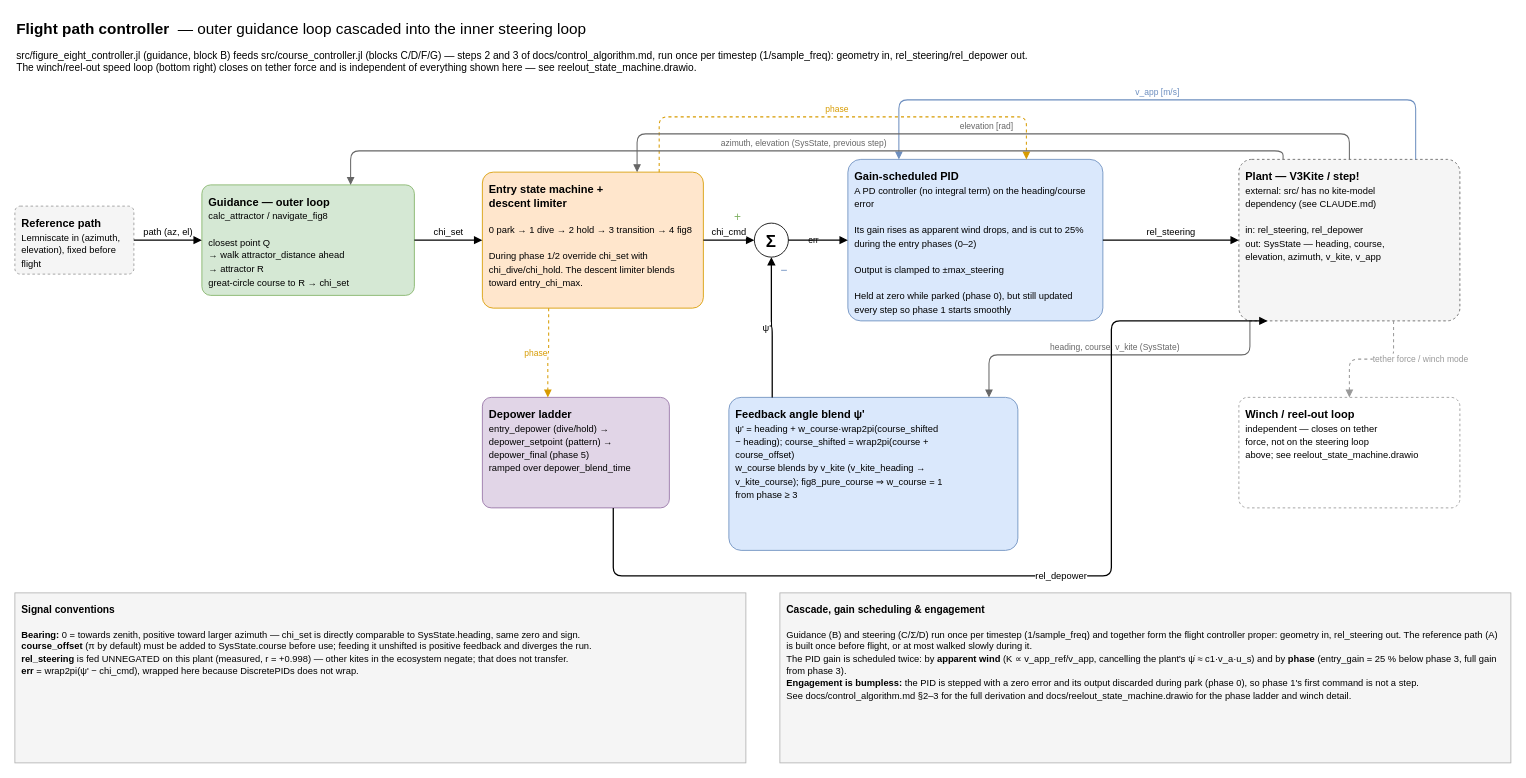
Above: docs/flight_path_controller.drawio in OpenSourceAWE/SimpleKiteControllers.jl (draw.io), before the change. Source tidied: cells renumbered, new cells numbered last; positions are measured from the earlier drawing's top-left corner, leaving out a move shared by most shapes. Both pictures are drawn from the tidied source at 85%, with x=0, y=0 at pixel (14, 14).
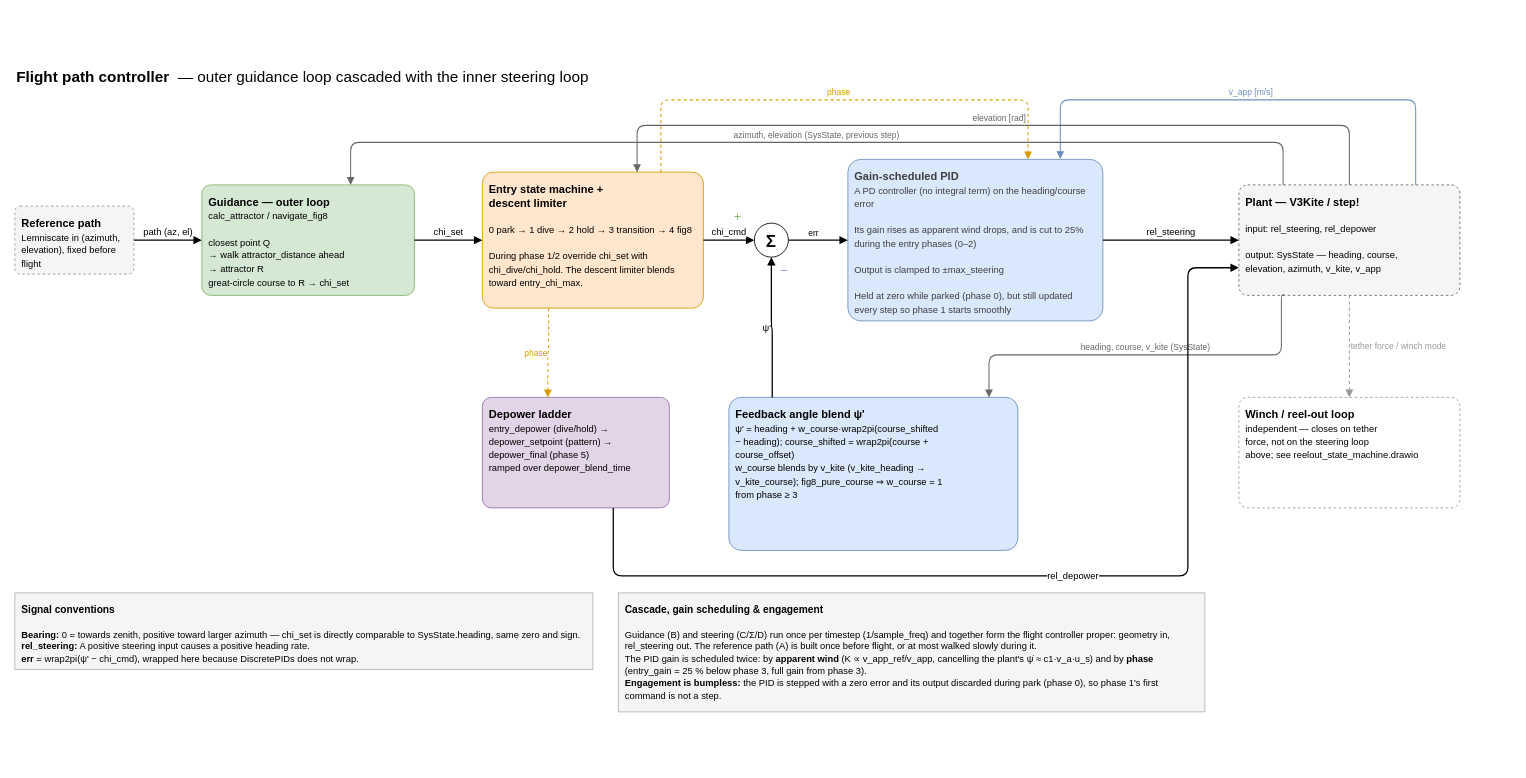
Above is the later version.

Commit message (it also covers changes not shown here):
Deleted old version of diagram, added new version

Unchanged cells that the change refers to:
```xml
<mxCell id="5" value="&lt;b&gt;Guidance — outer loop&lt;/b&gt;&lt;br&gt;&lt;font style=&quot;font-size:11px&quot;&gt;calc_attractor / navigate_fig8&lt;br&gt;&lt;br&gt;closest point Q &lt;br&gt;→&amp;nbsp;walk attractor_distance ahead &lt;br&gt;→ attractor R&lt;br&gt;great-circle course to R → chi_set&lt;/font&gt;" style="rounded=1;arcSize=8;whiteSpace=wrap;html=1;fillColor=#d5e8d4;strokeColor=#82b366;fontSize=13;verticalAlign=top;align=left;spacing=8;" parent="1" vertex="1">
  <mxGeometry x="220" y="200" width="250" height="130" as="geometry" />
</mxCell>
<mxCell id="6" value="&lt;b&gt;Entry state machine +&lt;br&gt;descent limiter&lt;/b&gt;&lt;font style=&quot;font-size:11px&quot;&gt;&lt;br&gt;&lt;br&gt;0 park → 1 dive → 2 hold → 3 transition → 4 fig8&lt;/font&gt;&lt;div&gt;&lt;font style=&quot;font-size:11px&quot;&gt;&lt;br&gt;During phase 1/2 override chi_set with chi_dive/chi_hold. The descent limiter blends toward entry_chi_max.&lt;/font&gt;&lt;/div&gt;" style="rounded=1;arcSize=8;whiteSpace=wrap;html=1;fillColor=#ffe6cc;strokeColor=#d79b00;fontSize=13;verticalAlign=top;align=left;spacing=8;" parent="1" vertex="1">
  <mxGeometry x="550" y="185" width="260" height="160" as="geometry" />
</mxCell>
<mxCell id="13" value="&lt;b&gt;Depower ladder&lt;/b&gt;&lt;br&gt;&lt;font style=&quot;font-size:11px&quot;&gt;entry_depower (dive/hold) →&lt;br&gt;depower_setpoint (pattern) →&lt;br&gt;depower_final (phase 5)&lt;br&gt;ramped over depower_blend_time&lt;/font&gt;" style="rounded=1;arcSize=8;whiteSpace=wrap;html=1;fillColor=#e1d5e7;strokeColor=#9673a6;fontSize=13;verticalAlign=top;align=left;spacing=8;" parent="1" vertex="1">
  <mxGeometry x="550" y="450" width="220" height="130" as="geometry" />
</mxCell>
<mxCell id="14" value="&lt;b&gt;Feedback angle blend ψ'&lt;/b&gt;&lt;br&gt;&lt;font style=&quot;font-size:11px&quot;&gt;ψ' = heading + w_course·wrap2pi(course_shifted&lt;br&gt;− heading); course_shifted = wrap2pi(course +&lt;br&gt;course_offset)&lt;br&gt;w_course blends by v_kite (v_kite_heading →&lt;br&gt;v_kite_course); fig8_pure_course ⇒ w_course = 1&lt;br&gt;from phase ≥ 3&lt;/font&gt;" style="rounded=1;arcSize=8;whiteSpace=wrap;html=1;fillColor=#dae8fc;strokeColor=#6c8ebf;fontSize=13;verticalAlign=top;align=left;spacing=8;" parent="1" vertex="1">
  <mxGeometry x="840" y="450" width="340" height="180" as="geometry" />
</mxCell>
<mxCell id="15" value="&lt;b&gt;Winch / reel-out loop&lt;/b&gt;&lt;br&gt;&lt;font style=&quot;font-size:11px&quot;&gt;independent — closes on tether&lt;br&gt;force, not on the steering loop&lt;br&gt;above; see reelout_state_machine.drawio&lt;/font&gt;" style="rounded=1;arcSize=8;whiteSpace=wrap;html=1;fillColor=#ffffff;strokeColor=#999999;dashed=1;fontSize=13;verticalAlign=top;align=left;spacing=8;" parent="1" vertex="1">
  <mxGeometry x="1440" y="450" width="260" height="130" as="geometry" />
</mxCell>
```

What changed in the source:
```diff
@@
-    <mxCell id="2" value="&lt;b&gt;Flight path controller&lt;/b&gt;&amp;nbsp;&amp;nbsp;— outer guidance loop cascaded into the inner steering loop" style="text;html=1;align=left;verticalAlign=top;whiteSpace=wrap;fontSize=18;" parent="1" vertex="1">
-      <mxGeometry width="1400" height="30" as="geometry" />
+    <mxCell id="2" value="&lt;b&gt;Flight path controller&lt;/b&gt;&amp;nbsp;&amp;nbsp;— outer guidance loop cascaded with the inner steering loop" style="text;html=1;align=left;verticalAlign=top;whiteSpace=wrap;fontSize=18;" parent="1" vertex="1">
+      <mxGeometry y="56" width="1400" height="30" as="geometry" />
     </mxCell>
-    <mxCell id="3" value="&lt;font style=&quot;font-size:12px&quot;&gt;src/figure_eight_controller.jl (guidance, block B) feeds src/course_controller.jl (blocks C/D/F/G) — steps 2 and 3 of docs/control_algorithm.md, run once per timestep (1/sample_freq): geometry in, rel_steering/rel_depower out.&lt;br&gt;The winch/reel-out speed loop (bottom right) closes on tether force and is independent of everything shown here — see reelout_state_machine.drawio.&lt;/font&gt;" style="text;html=1;align=left;verticalAlign=top;whiteSpace=wrap;" parent="1" vertex="1">
-      <mxGeometry y="34" width="1700" height="42" as="geometry" />
-    </mxCell>
@@
     <mxCell id="10" value="&lt;font style=&quot;font-size:10px&quot;&gt;err&lt;/font&gt;" style="text;html=1;align=center;verticalAlign=middle;whiteSpace=wrap;" parent="1" vertex="1">
-      <mxGeometry x="918" y="250" width="44" height="30" as="geometry" />
+      <mxGeometry x="918" y="242" width="44" height="30" as="geometry" />
     </mxCell>
-    <mxCell id="11" value="&lt;b&gt;Gain-scheduled PID&lt;/b&gt;&lt;br&gt;&lt;font style=&quot;font-size:11px&quot;&gt;A PD controller (no integral term) on the heading/course error&lt;br&gt;&lt;br&gt;Its gain rises as apparent wind drops, and is cut to 25% during the entry phases (0–2)&lt;br&gt;&lt;br&gt;Output is clamped to ±max_steering&lt;br&gt;&lt;br&gt;Held at zero while parked (phase 0), but still updated every step so phase 1 starts smoothly&lt;/font&gt;" style="rounded=1;arcSize=8;whiteSpace=wrap;html=1;fillColor=#dae8fc;strokeColor=#6c8ebf;fontSize=13;verticalAlign=top;align=left;spacing=8;" parent="1" vertex="1">
+    <mxCell id="11" value="&lt;b style=&quot;color: rgb(63, 63, 63); scrollbar-color: rgb(226, 226, 226) rgb(251, 251, 251);&quot;&gt;Gain-scheduled PID&lt;/b&gt;&lt;br style=&quot;color: rgb(63, 63, 63); scrollbar-color: rgb(226, 226, 226) rgb(251, 251, 251);&quot;&gt;&lt;font style=&quot;color: rgb(63, 63, 63); scrollbar-color: rgb(226, 226, 226) rgb(251, 251, 251); font-size: 11px;&quot;&gt;A PD controller (no integral term) on the heading/course error&lt;br style=&quot;scrollbar-color: rgb(226, 226, 226) rgb(251, 251, 251);&quot;&gt;&lt;br style=&quot;scrollbar-color: rgb(226, 226, 226) rgb(251, 251, 251);&quot;&gt;Its gain rises as apparent wind drops, and is cut to 25% during the entry phases (0–2)&lt;br style=&quot;scrollbar-color: rgb(226, 226, 226) rgb(251, 251, 251);&quot;&gt;&lt;br style=&quot;scrollbar-color: rgb(226, 226, 226) rgb(251, 251, 251);&quot;&gt;Output is clamped to ±max_steering&lt;br style=&quot;scrollbar-color: rgb(226, 226, 226) rgb(251, 251, 251);&quot;&gt;&lt;br style=&quot;scrollbar-color: rgb(226, 226, 226) rgb(251, 251, 251);&quot;&gt;Held at zero while parked (phase 0), but still updated every step so phase 1 starts smoothly&lt;/font&gt;" style="rounded=1;arcSize=8;whiteSpace=wrap;html=1;fillColor=#dae8fc;strokeColor=#6c8ebf;fontSize=13;verticalAlign=top;align=left;spacing=8;" parent="1" vertex="1">
       <mxGeometry x="980" y="170" width="300" height="190" as="geometry" />
     </mxCell>
-    <mxCell id="12" value="&lt;b&gt;Plant — V3Kite / step!&lt;/b&gt;&lt;br&gt;&lt;font style=&quot;font-size:11px&quot;&gt;external: src/ has no kite-model&lt;br&gt;dependency (see CLAUDE.md)&lt;br&gt;&lt;br&gt;in: rel_steering, rel_depower&lt;br&gt;out: SysState — heading, course,&lt;br&gt;elevation, azimuth, v_kite, v_app&lt;/font&gt;" style="rounded=1;arcSize=8;whiteSpace=wrap;html=1;fillColor=#f5f5f5;strokeColor=#666666;dashed=1;fontSize=13;verticalAlign=top;align=left;spacing=8;" parent="1" vertex="1">
-      <mxGeometry x="1440" y="170" width="260" height="190" as="geometry" />
+    <mxCell id="12" value="&lt;b&gt;Plant — V3Kite / step!&lt;/b&gt;&lt;font style=&quot;font-size:11px&quot;&gt;&lt;br&gt;&lt;br&gt;input: rel_steering, rel_depower&lt;/font&gt;&lt;div&gt;&lt;font style=&quot;font-size:11px&quot;&gt;&lt;br&gt;output: SysState — heading, course,&lt;br&gt;elevation, azimuth, v_kite, v_app&lt;/font&gt;&lt;/div&gt;" style="rounded=1;arcSize=8;whiteSpace=wrap;html=1;fillColor=#f5f5f5;strokeColor=#666666;dashed=1;fontSize=13;verticalAlign=top;align=left;spacing=8;" parent="1" vertex="1">
+      <mxGeometry x="1440" y="200" width="260" height="130" as="geometry" />
     </mxCell>
@@
-    <mxCell id="21" value="&lt;font style=&quot;font-size:10px&quot;&gt;v_app [m/s]&lt;/font&gt;" style="edgeStyle=orthogonalEdgeStyle;rounded=1;html=1;endArrow=block;endFill=1;strokeWidth=1.2;strokeColor=#6c8ebf;fontColor=#6c8ebf;exitX=0.8;exitY=0;exitDx=0;exitDy=0;entryX=0.2;entryY=0;entryDx=0;entryDy=0;align=center;verticalAlign=bottom;labelBackgroundColor=#ffffff;" parent="1" edge="1" source="12" target="11">
+    <mxCell id="21" value="&lt;font style=&quot;font-size:10px&quot;&gt;v_app [m/s]&lt;/font&gt;" style="edgeStyle=orthogonalEdgeStyle;rounded=1;html=1;endArrow=block;endFill=1;strokeWidth=1.2;strokeColor=#6c8ebf;fontColor=#6c8ebf;exitX=0.8;exitY=0;exitDx=0;exitDy=0;entryX=0.833;entryY=-0.002;entryDx=0;entryDy=0;align=center;verticalAlign=bottom;labelBackgroundColor=#ffffff;entryPerimeter=0;" parent="1" edge="1" source="12" target="11">
       <mxGeometry relative="1" as="geometry">
         <Array as="points">
           <mxPoint x="1648" y="100" />
-          <mxPoint x="1040" y="100" />
+          <mxPoint x="1230" y="100" />
         </Array>
       </mxGeometry>
     </mxCell>
-    <mxCell id="22" value="&lt;font style=&quot;font-size:10px&quot;&gt;phase&lt;/font&gt;" style="edgeStyle=orthogonalEdgeStyle;rounded=1;html=1;endArrow=block;endFill=1;strokeWidth=1.2;dashed=1;strokeColor=#d79b00;fontColor=#d79b00;exitX=0.8;exitY=0;exitDx=0;exitDy=0;entryX=0.7;entryY=0;entryDx=0;entryDy=0;align=center;verticalAlign=bottom;labelBackgroundColor=#ffffff;" parent="1" edge="1" source="6" target="11">
+    <mxCell id="22" value="&lt;font style=&quot;font-size:10px&quot;&gt;phase&lt;/font&gt;" style="edgeStyle=orthogonalEdgeStyle;rounded=1;html=1;endArrow=block;endFill=1;strokeWidth=1.2;dashed=1;strokeColor=#d79b00;fontColor=#d79b00;exitX=0.8;exitY=0;exitDx=0;exitDy=0;entryX=0.7;entryY=0;entryDx=0;entryDy=0;align=center;verticalAlign=bottom;labelBackgroundColor=#ffffff;" parent="1" edge="1">
       <mxGeometry relative="1" as="geometry">
+        <mxPoint x="760" y="185" as="sourcePoint" />
+        <mxPoint x="1192" y="170" as="targetPoint" />
         <Array as="points">
-          <mxPoint x="758" y="120" />
-          <mxPoint x="1190" y="120" />
+          <mxPoint x="760" y="100" />
+          <mxPoint x="1192" y="100" />
         </Array>
       </mxGeometry>
     </mxCell>
     <mxCell id="23" value="&lt;font style=&quot;font-size:10px&quot;&gt;elevation [rad]&lt;/font&gt;" style="edgeStyle=orthogonalEdgeStyle;rounded=1;html=1;endArrow=block;endFill=1;strokeWidth=1.2;strokeColor=#666666;fontColor=#666666;exitX=0.5;exitY=0;exitDx=0;exitDy=0;entryX=0.7;entryY=0;entryDx=0;entryDy=0;align=center;verticalAlign=bottom;labelBackgroundColor=#ffffff;" parent="1" edge="1" source="12" target="6">
       <mxGeometry relative="1" as="geometry">
         <Array as="points">
-          <mxPoint x="1570" y="140" />
-          <mxPoint x="732" y="140" />
+          <mxPoint x="1570" y="130" />
+          <mxPoint x="732" y="130" />
         </Array>
       </mxGeometry>
     </mxCell>
     <mxCell id="24" value="&lt;font style=&quot;font-size:10px&quot;&gt;azimuth, elevation (SysState, previous step)&lt;/font&gt;" style="edgeStyle=orthogonalEdgeStyle;rounded=1;html=1;endArrow=block;endFill=1;strokeWidth=1.2;strokeColor=#666666;fontColor=#666666;exitX=0.2;exitY=0;exitDx=0;exitDy=0;entryX=0.7;entryY=0;entryDx=0;entryDy=0;align=center;verticalAlign=bottom;labelBackgroundColor=#ffffff;" parent="1" edge="1" source="12" target="5">
       <mxGeometry relative="1" as="geometry">
         <Array as="points">
-          <mxPoint x="1492" y="160" />
-          <mxPoint x="395" y="160" />
+          <mxPoint x="1492" y="150" />
+          <mxPoint x="395" y="150" />
         </Array>
       </mxGeometry>
     </mxCell>
@@
-    <mxCell id="27" value="&lt;font style=&quot;font-size:10px&quot;&gt;heading, course, v_kite (SysState)&lt;/font&gt;" style="edgeStyle=orthogonalEdgeStyle;rounded=1;html=1;endArrow=block;endFill=1;strokeWidth=1.2;strokeColor=#666666;fontColor=#666666;exitX=0.05;exitY=1;exitDx=0;exitDy=0;entryX=0.9;entryY=0;entryDx=0;entryDy=0;align=center;verticalAlign=bottom;labelBackgroundColor=#ffffff;" parent="1" edge="1" source="12" target="14">
+    <mxCell id="27" value="&lt;font style=&quot;font-size:10px&quot;&gt;heading, course, v_kite (SysState)&lt;/font&gt;" style="edgeStyle=orthogonalEdgeStyle;rounded=1;html=1;endArrow=block;endFill=1;strokeWidth=1.2;strokeColor=#666666;fontColor=#666666;exitX=0.203;exitY=0.987;exitDx=0;exitDy=0;entryX=0.9;entryY=0;entryDx=0;entryDy=0;align=center;verticalAlign=bottom;labelBackgroundColor=#ffffff;exitPerimeter=0;" parent="1" edge="1" source="12" target="14">
       <mxGeometry relative="1" as="geometry">
         <Array as="points">
-          <mxPoint x="1453" y="400" />
+          <mxPoint x="1493" y="330" />
+          <mxPoint x="1490" y="330" />
+          <mxPoint x="1490" y="400" />
           <mxPoint x="1146" y="400" />
         </Array>
       </mxGeometry>
     </mxCell>
-    <mxCell id="28" value="&lt;font style=&quot;font-size:11px&quot;&gt;rel_depower&lt;/font&gt;" style="edgeStyle=orthogonalEdgeStyle;rounded=1;html=1;endArrow=block;endFill=1;strokeWidth=1.5;exitX=0.7;exitY=1;exitDx=0;exitDy=0;entryX=0.13;entryY=1;entryDx=0;entryDy=0;align=left;verticalAlign=middle;labelBackgroundColor=#ffffff;" parent="1" edge="1" source="13" target="12">
+    <mxCell id="28" value="&lt;font style=&quot;font-size:11px&quot;&gt;rel_depower&lt;/font&gt;" style="edgeStyle=orthogonalEdgeStyle;rounded=1;html=1;endArrow=block;endFill=1;strokeWidth=1.5;exitX=0.7;exitY=1;exitDx=0;exitDy=0;entryX=0;entryY=0.75;entryDx=0;entryDy=0;align=left;verticalAlign=middle;labelBackgroundColor=#ffffff;" parent="1" edge="1" source="13" target="12">
       <mxGeometry relative="1" as="geometry">
         <Array as="points">
           <mxPoint x="704" y="660" />
-          <mxPoint x="1290" y="660" />
-          <mxPoint x="1290" y="360" />
+          <mxPoint x="1380" y="660" />
+          <mxPoint x="1380" y="298" />
+          <mxPoint x="1440" y="298" />
         </Array>
       </mxGeometry>
     </mxCell>
-    <mxCell id="29" value="&lt;font style=&quot;font-size:10px&quot;&gt;tether force / winch mode&lt;/font&gt;" style="edgeStyle=orthogonalEdgeStyle;rounded=1;html=1;endArrow=block;endFill=1;strokeWidth=1.2;dashed=1;strokeColor=#999999;fontColor=#999999;exitX=0.7;exitY=1;exitDx=0;exitDy=0;entryX=0.5;entryY=0;entryDx=0;entryDy=0;align=left;verticalAlign=middle;labelBackgroundColor=#ffffff;" parent="1" edge="1" source="12" target="15">
+    <mxCell id="29" value="&lt;font style=&quot;font-size:10px&quot;&gt;tether force / winch mode&lt;/font&gt;" style="edgeStyle=orthogonalEdgeStyle;rounded=1;html=1;endArrow=block;endFill=1;strokeWidth=1.2;dashed=1;strokeColor=#999999;fontColor=#999999;exitX=0.5;exitY=1;exitDx=0;exitDy=0;entryX=0.5;entryY=0;entryDx=0;entryDy=0;align=left;verticalAlign=middle;labelBackgroundColor=#ffffff;" parent="1" edge="1" source="12" target="15">
       <mxGeometry relative="1" as="geometry" />
     </mxCell>
-    <mxCell id="30" value="&lt;b&gt;Signal conventions&lt;/b&gt;&lt;br&gt;&lt;br&gt;&lt;font style=&quot;font-size:11px&quot;&gt;&lt;b&gt;Bearing:&lt;/b&gt; 0 = towards zenith, positive toward larger azimuth — chi_set is directly comparable to SysState.heading, same zero and sign.&lt;br&gt;&lt;b&gt;course_offset&lt;/b&gt; (π by default) must be added to SysState.course before use; feeding it unshifted is positive feedback and diverges the run.&lt;br&gt;&lt;b&gt;rel_steering&lt;/b&gt; is fed UNNEGATED on this plant (measured, r = +0.998) — other kites in the ecosystem negate; that does not transfer.&lt;br&gt;&lt;b&gt;err&lt;/b&gt; = wrap2pi(ψ' − chi_cmd), wrapped here because DiscretePIDs does not wrap.&lt;/font&gt;" style="rounded=0;whiteSpace=wrap;html=1;align=left;verticalAlign=top;fillColor=#f5f5f5;strokeColor=#b3b3b3;spacing=8;" parent="1" vertex="1">
-      <mxGeometry y="680" width="860" height="200" as="geometry" />
+    <mxCell id="30" value="&lt;b&gt;Signal conventions&lt;/b&gt;&lt;br&gt;&lt;br&gt;&lt;font style=&quot;font-size:11px&quot;&gt;&lt;b&gt;Bearing:&lt;/b&gt; 0 = towards zenith, positive toward larger azimuth — chi_set is directly comparable to SysState.heading, same zero and sign.&lt;br&gt;&lt;b&gt;rel_steering:&lt;/b&gt; A positive steering input causes a positive heading rate.&lt;br&gt;&lt;b&gt;err&lt;/b&gt; = wrap2pi(ψ' − chi_cmd), wrapped here because DiscretePIDs does not wrap.&lt;/font&gt;" style="rounded=0;whiteSpace=wrap;html=1;align=left;verticalAlign=top;fillColor=#f5f5f5;strokeColor=#b3b3b3;spacing=8;" parent="1" vertex="1">
+      <mxGeometry y="680" width="680" height="90" as="geometry" />
     </mxCell>
-    <mxCell id="31" value="&lt;b&gt;Cascade, gain scheduling &amp;amp; engagement&lt;/b&gt;&lt;br&gt;&lt;br&gt;&lt;font style=&quot;font-size:11px&quot;&gt;Guidance (B) and steering (C/Σ/D) run once per timestep (1/sample_freq) and together form the flight controller proper: geometry in, rel_steering out. The reference path (A) is built once before flight, or at most walked slowly during it.&lt;br&gt;The PID gain is scheduled twice: by &lt;b&gt;apparent wind&lt;/b&gt; (K ∝ v_app_ref/v_app, cancelling the plant's ψ̇ ≈ c1·v_a·u_s) and by &lt;b&gt;phase&lt;/b&gt; (entry_gain = 25 % below phase 3, full gain from phase 3).&lt;br&gt;&lt;b&gt;Engagement is bumpless:&lt;/b&gt; the PID is stepped with a zero error and its output discarded during park (phase 0), so phase 1's first command is not a step.&lt;br&gt;See docs/control_algorithm.md §2–3 for the full derivation and docs/reelout_state_machine.drawio for the phase ladder and winch detail.&lt;/font&gt;" style="rounded=0;whiteSpace=wrap;html=1;align=left;verticalAlign=top;fillColor=#f5f5f5;strokeColor=#b3b3b3;spacing=8;" parent="1" vertex="1">
-      <mxGeometry x="900" y="680" width="860" height="200" as="geometry" />
+    <mxCell id="31" value="&lt;b&gt;Cascade, gain scheduling &amp;amp; engagement&lt;/b&gt;&lt;br&gt;&lt;br&gt;&lt;font style=&quot;font-size:11px&quot;&gt;Guidance (B) and steering (C/Σ/D) run once per timestep (1/sample_freq) and together form the flight controller proper: geometry in, rel_steering out. The reference path (A) is built once before flight, or at most walked slowly during it.&lt;br&gt;The PID gain is scheduled twice: by &lt;b&gt;apparent wind&lt;/b&gt; (K ∝ v_app_ref/v_app, cancelling the plant's ψ̇ ≈ c1·v_a·u_s) and by &lt;b&gt;phase&lt;/b&gt; (entry_gain = 25 % below phase 3, full gain from phase 3).&lt;br&gt;&lt;b&gt;Engagement is bumpless:&lt;/b&gt; the PID is stepped with a zero error and its output discarded during park (phase 0), so phase 1's first command is not a step.&lt;br&gt;&lt;/font&gt;" style="rounded=0;whiteSpace=wrap;html=1;align=left;verticalAlign=top;fillColor=#f5f5f5;strokeColor=#b3b3b3;spacing=8;" parent="1" vertex="1">
+      <mxGeometry x="710" y="680" width="690" height="140" as="geometry" />
     </mxCell>
```
